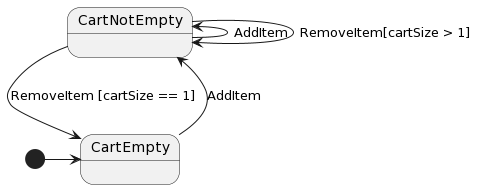
bertilmuth/act keeps this PlantUML diagram as doc/flat_statemachine_without_invariants_diagram.png. Above is the earlier version.
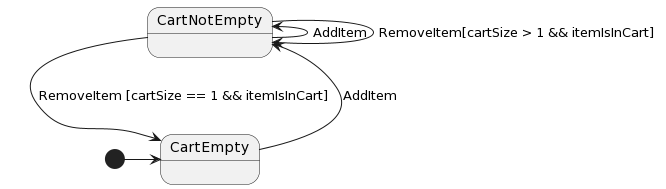
Above is the later version.

Change to the diagram source:
```diff
@@ -1,7 +1,7 @@
 @startuml
 [*] -right-> CartEmpty
 CartEmpty -right-> CartNotEmpty : AddItem
-CartNotEmpty --> CartEmpty : RemoveItem [cartSize == 1]
+CartNotEmpty --> CartEmpty : RemoveItem [cartSize == 1 && itemIsInCart]
 CartNotEmpty -left-> CartNotEmpty : AddItem
-CartNotEmpty -right-> CartNotEmpty : RemoveItem[cartSize > 1]
+CartNotEmpty -right-> CartNotEmpty : RemoveItem[cartSize > 1 && itemIsInCart]
 @enduml
```
